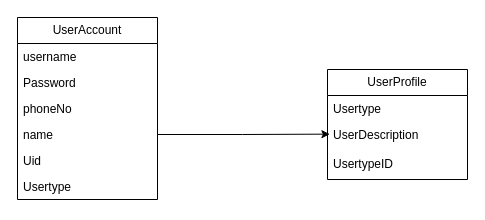
This is page "Page-16" (16 of 19) of BCE.drawio from junrenx/Diagrams, a draw.io file, before an edit. Source tidied: cells renumbered, new cells numbered last; positions are measured from the earlier drawing's top-left corner, leaving out a move shared by most shapes. Both pictures are drawn from the tidied source at 100%, with x=0, y=0 at pixel (17, 17).
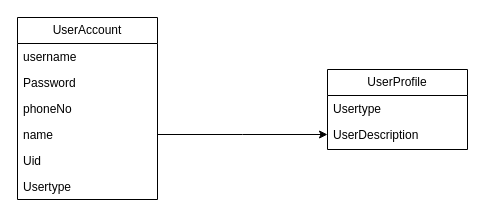
The same page after the edit.

Change to the diagram source:
```diff
@@
 <mxGraphModel>
   <root>
     <mxCell id="0" />
     <mxCell id="1" parent="0" />
     <mxCell id="2" value="UserAccount" style="swimlane;fontStyle=0;horizontal=1;startSize=26;fillColor=none;whiteSpace=wrap;html=1;" parent="1" vertex="1">
       <mxGeometry width="140" height="182" as="geometry" />
     </mxCell>
     <mxCell id="3" value="username" style="text;strokeColor=none;fillColor=none;align=left;verticalAlign=top;spacingLeft=4;spacingRight=4;overflow=hidden;whiteSpace=wrap;html=1;" parent="2" vertex="1">
       <mxGeometry y="26" width="140" height="26" as="geometry" />
     </mxCell>
     <mxCell id="4" value="Password" style="text;strokeColor=none;fillColor=none;align=left;verticalAlign=top;spacingLeft=4;spacingRight=4;overflow=hidden;whiteSpace=wrap;html=1;" parent="2" vertex="1">
       <mxGeometry y="52" width="140" height="26" as="geometry" />
     </mxCell>
     <mxCell id="5" value="phoneNo" style="text;strokeColor=none;fillColor=none;align=left;verticalAlign=top;spacingLeft=4;spacingRight=4;overflow=hidden;whiteSpace=wrap;html=1;" parent="2" vertex="1">
       <mxGeometry y="78" width="140" height="26" as="geometry" />
     </mxCell>
     <mxCell id="6" value="name" style="text;strokeColor=none;fillColor=none;align=left;verticalAlign=top;spacingLeft=4;spacingRight=4;overflow=hidden;points=[[0,0.5],[1,0.5]];portConstraint=eastwest;whiteSpace=wrap;html=1;" parent="2" vertex="1">
       <mxGeometry y="104" width="140" height="26" as="geometry" />
     </mxCell>
     <mxCell id="7" value="Uid" style="text;strokeColor=none;fillColor=none;align=left;verticalAlign=top;spacingLeft=4;spacingRight=4;overflow=hidden;whiteSpace=wrap;html=1;" parent="2" vertex="1">
       <mxGeometry y="130" width="140" height="26" as="geometry" />
     </mxCell>
     <mxCell id="8" value="Usertype" style="text;strokeColor=none;fillColor=none;align=left;verticalAlign=top;spacingLeft=4;spacingRight=4;overflow=hidden;whiteSpace=wrap;html=1;" parent="2" vertex="1">
       <mxGeometry y="156" width="140" height="26" as="geometry" />
     </mxCell>
     <mxCell id="9" value="UserProfile" style="swimlane;fontStyle=0;horizontal=1;startSize=26;fillColor=none;whiteSpace=wrap;html=1;" parent="1" vertex="1">
-      <mxGeometry x="310" y="52" width="140" height="110" as="geometry" />
+      <mxGeometry x="310" y="52" width="140" height="80" as="geometry" />
     </mxCell>
     <mxCell id="10" value="Usertype" style="text;strokeColor=none;fillColor=none;align=left;verticalAlign=top;spacingLeft=4;spacingRight=4;overflow=hidden;whiteSpace=wrap;html=1;" parent="9" vertex="1">
       <mxGeometry y="26" width="140" height="26" as="geometry" />
     </mxCell>
-    <mxCell id="11" value="UserDescription&lt;br&gt;&lt;br&gt;UsertypeID" style="text;strokeColor=none;fillColor=none;align=left;verticalAlign=top;spacingLeft=4;spacingRight=4;overflow=hidden;points=[[0,0.5],[1,0.5]];portConstraint=eastwest;whiteSpace=wrap;html=1;" parent="9" vertex="1">
-      <mxGeometry y="52" width="140" height="58" as="geometry" />
+    <mxCell id="11" value="UserDescription&lt;br&gt;" style="text;strokeColor=none;fillColor=none;align=left;verticalAlign=top;spacingLeft=4;spacingRight=4;overflow=hidden;points=[[0,0.5],[1,0.5]];portConstraint=eastwest;whiteSpace=wrap;html=1;" parent="9" vertex="1">
+      <mxGeometry y="52" width="140" height="28" as="geometry" />
     </mxCell>
-    <mxCell id="12" style="edgeStyle=orthogonalEdgeStyle;rounded=0;jettySize=auto;html=1;entryX=0.017;entryY=0.218;entryDx=0;entryDy=0;entryPerimeter=0;" parent="1" edge="1" source="6" target="11">
-      <mxGeometry relative="1" as="geometry" />
+    <mxCell id="12" style="edgeStyle=orthogonalEdgeStyle;rounded=0;jettySize=auto;html=1;" parent="1" edge="1" source="6">
+      <mxGeometry relative="1" as="geometry">
+        <mxPoint x="310" y="117" as="targetPoint" />
+      </mxGeometry>
     </mxCell>
   </root>
 </mxGraphModel>
```
